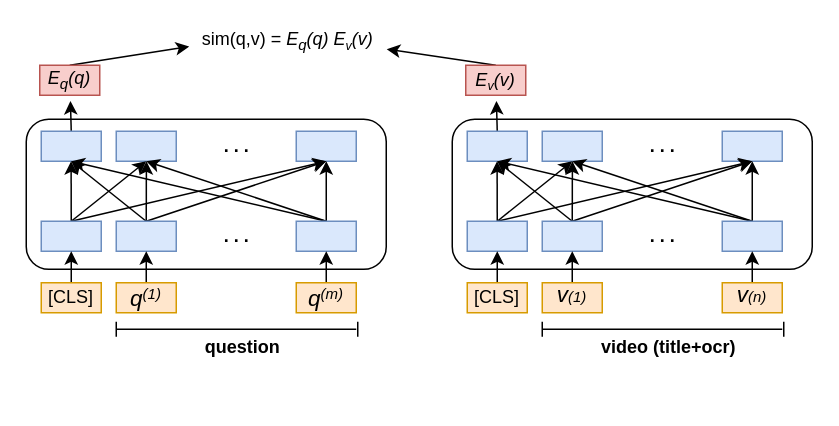
Before: data/dual-encoder.drawio in 05hBoolShow/testgit, a draw.io diagram. Source tidied: cells renumbered, new cells numbered last; positions are measured from the earlier drawing's top-left corner, leaving out a move shared by most shapes. Both pictures are drawn from the tidied source at 150%, with x=0, y=0 at pixel (26, 26).
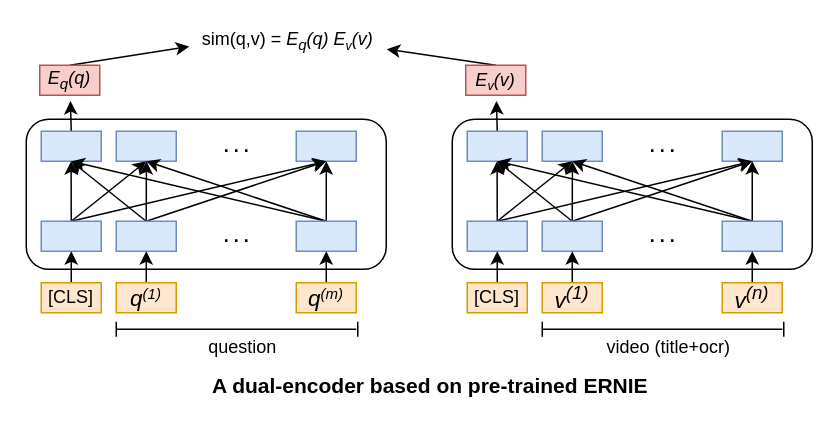
After the change.

What changed in the source:
```diff
@@
-    <mxCell id="32" value="&lt;b&gt;question&lt;/b&gt;" style="text;html=1;align=center;verticalAlign=middle;strokeColor=none;" parent="1" vertex="1">
-      <mxGeometry x="109" y="204" width="70" height="20" as="geometry" />
+    <mxCell id="32" value="question" style="text;html=1;align=center;verticalAlign=middle;strokeColor=none;" parent="1" vertex="1">
+      <mxGeometry x="114" y="204" width="60" height="20" as="geometry" />
     </mxCell>
@@
-    <mxCell id="57" value="&lt;i&gt;&lt;sup&gt;&lt;span style=&quot;font-size: 15px&quot;&gt;v&lt;/span&gt;(1)&lt;/sup&gt;&lt;/i&gt;" style="rounded=0;whiteSpace=wrap;html=1;fillColor=#ffe6cc;strokeColor=#d79b00;" parent="1" vertex="1">
+    <mxCell id="57" value="&lt;i&gt;&lt;font style=&quot;font-size: 15px&quot;&gt;v&lt;sup&gt;(1)&lt;/sup&gt;&lt;/font&gt;&lt;/i&gt;" style="rounded=0;whiteSpace=wrap;html=1;fillColor=#ffe6cc;strokeColor=#d79b00;" parent="1" vertex="1">
       <mxGeometry x="344" y="171" width="40" height="20" as="geometry" />
     </mxCell>
@@
-    <mxCell id="59" value="&lt;i&gt;&lt;sup&gt;&lt;span style=&quot;font-size: 15px&quot;&gt;v&lt;/span&gt;(n)&lt;/sup&gt;&lt;/i&gt;" style="rounded=0;whiteSpace=wrap;html=1;fillColor=#ffe6cc;strokeColor=#d79b00;" parent="1" vertex="1">
+    <mxCell id="59" value="&lt;i&gt;&lt;font style=&quot;font-size: 15px&quot;&gt;v&lt;sup&gt;(n)&lt;/sup&gt;&lt;/font&gt;&lt;/i&gt;" style="rounded=0;whiteSpace=wrap;html=1;fillColor=#ffe6cc;strokeColor=#d79b00;" parent="1" vertex="1">
       <mxGeometry x="464" y="171" width="40" height="20" as="geometry" />
     </mxCell>
@@
-    <mxCell id="63" value="&lt;b&gt;video (title+ocr)&lt;/b&gt;" style="text;html=1;align=center;verticalAlign=middle;strokeColor=none;" parent="1" vertex="1">
-      <mxGeometry x="373" y="204" width="110" height="20" as="geometry" />
+    <mxCell id="63" value="video (title+ocr)" style="text;html=1;align=center;verticalAlign=middle;strokeColor=none;" parent="1" vertex="1">
+      <mxGeometry x="378" y="204" width="100" height="20" as="geometry" />
     </mxCell>
@@
+    <mxCell id="65" value="&lt;b&gt;&lt;font style=&quot;font-size: 14px&quot;&gt;A dual-encoder based on pre-trained ERNIE&lt;/font&gt;&lt;/b&gt;" style="text;html=1;align=center;verticalAlign=middle;strokeColor=none;" parent="1" vertex="1">
+      <mxGeometry x="114" y="230" width="310" height="20" as="geometry" />
+    </mxCell>
```
